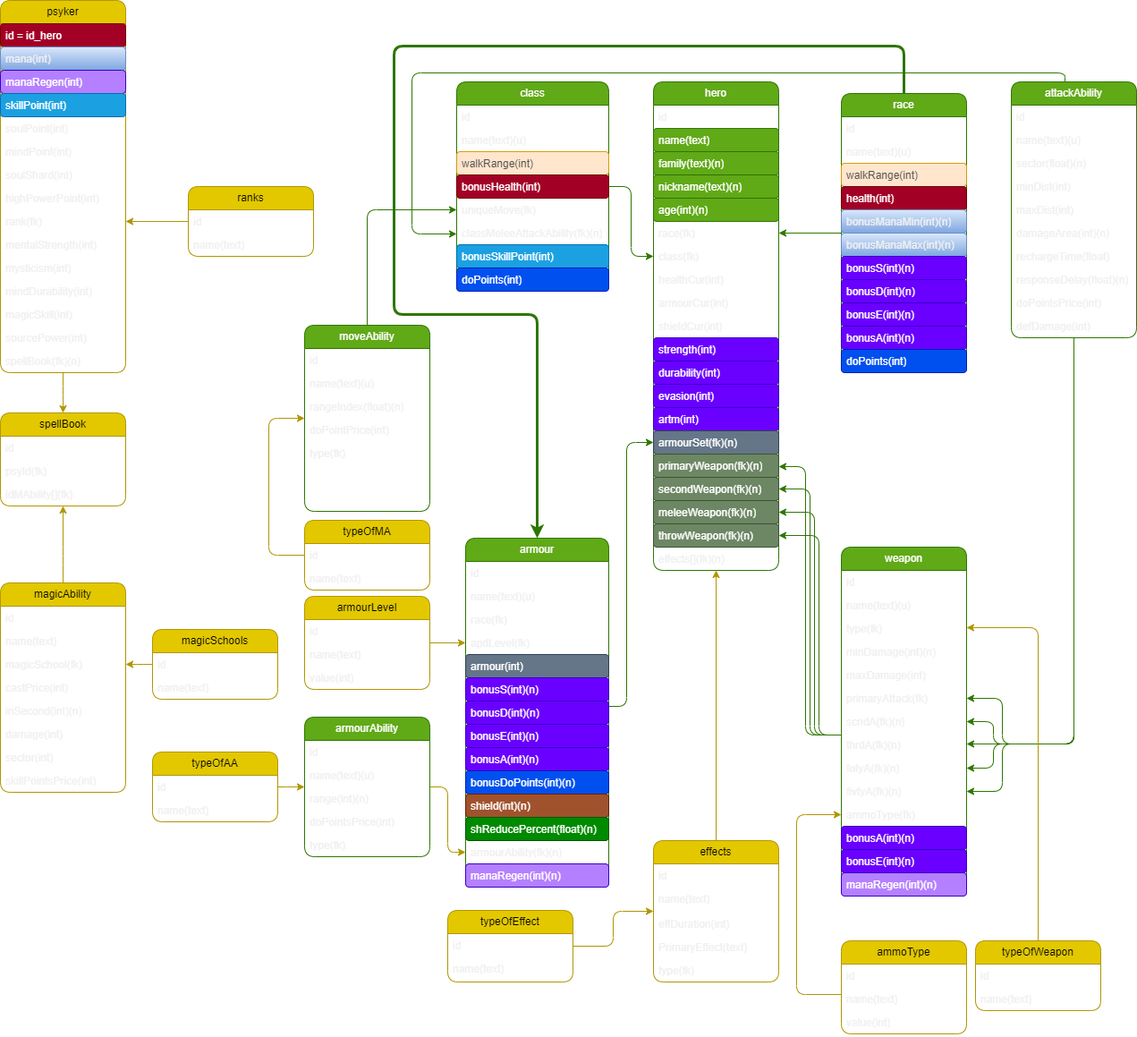
The draw.io diagram Taeron's_Table_Top_RolePlay_Warhammer_40,000_Game_Library_cuted.drawio.png in Taeron-Te/WahaGIT, before a commit. Source tidied: cells renumbered, new cells last; positions are measured from the earlier drawing's top-left corner, leaving out a move shared by most shapes.
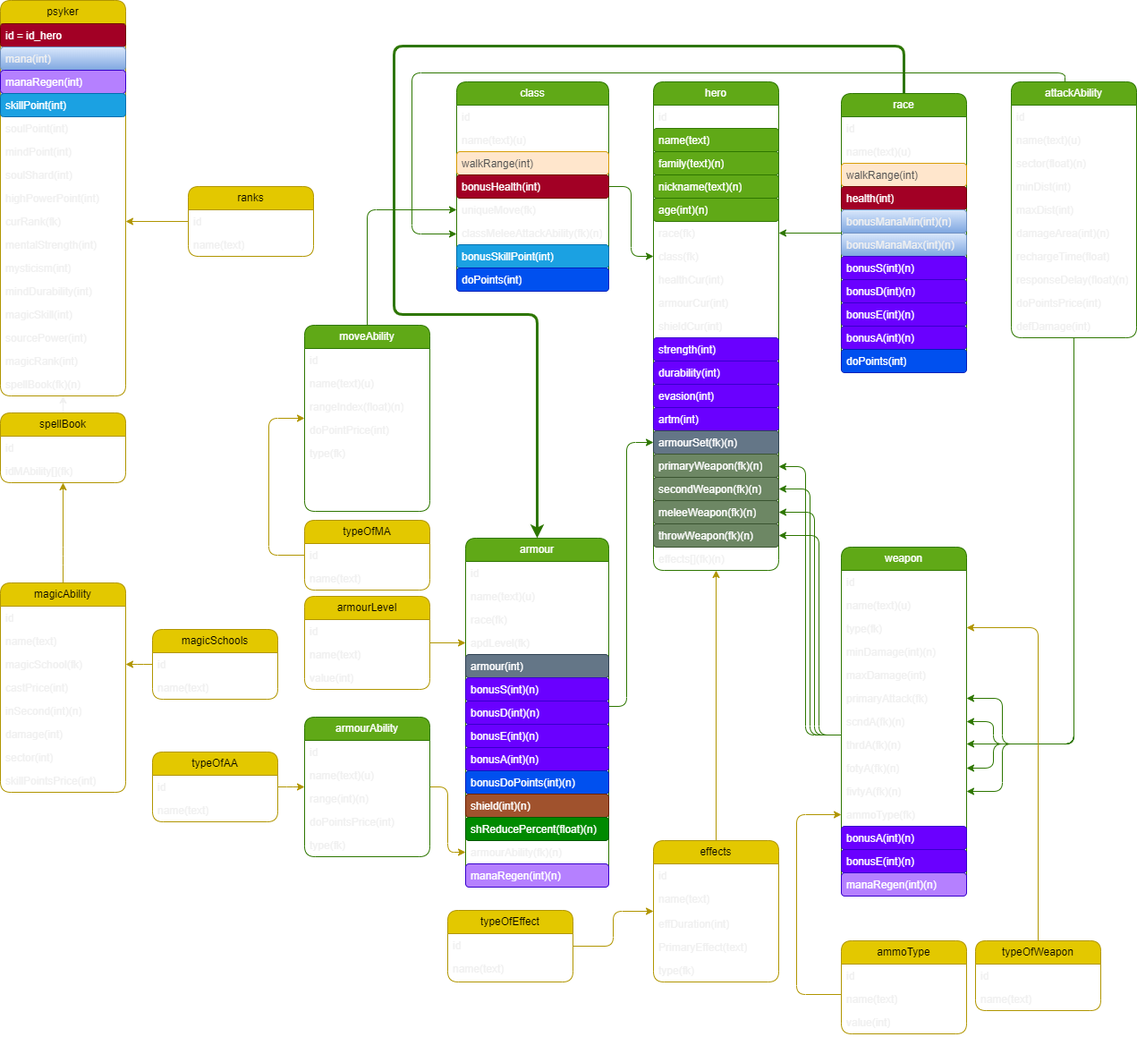
The same file after the commit.

Commit message:
Psyker and spellBook

What changed in the source:
```diff
@@ -66,7 +66,7 @@
       <mxGeometry y="520" width="140" height="26" as="geometry" />
     </mxCell>
     <mxCell id="23" value="psyker" style="swimlane;fontStyle=0;horizontal=1;startSize=26;fillColor=#e3c800;whiteSpace=wrap;html=1;fontColor=#000000;strokeColor=#B09500;rounded=1;" parent="1" vertex="1">
-      <mxGeometry width="140" height="416" as="geometry" />
+      <mxGeometry width="140" height="442" as="geometry" />
     </mxCell>
     <mxCell id="24" value="id = id_hero&lt;br&gt;" style="text;strokeColor=#6F0000;fillColor=#a20025;align=left;verticalAlign=top;spacingLeft=4;spacingRight=4;overflow=hidden;whiteSpace=wrap;html=1;fontColor=#ffffff;rounded=1;" parent="23" vertex="1">
       <mxGeometry y="26" width="140" height="26" as="geometry" />
@@ -92,7 +92,7 @@
     <mxCell id="31" value="highPowerPoint(int)" style="text;strokeColor=none;fillColor=none;align=left;verticalAlign=top;spacingLeft=4;spacingRight=4;overflow=hidden;whiteSpace=wrap;html=1;rounded=1;" parent="23" vertex="1">
       <mxGeometry y="208" width="140" height="26" as="geometry" />
     </mxCell>
-    <mxCell id="32" value="rank(fk)" style="text;strokeColor=none;fillColor=none;align=left;verticalAlign=top;spacingLeft=4;spacingRight=4;overflow=hidden;points=[[0,0.5],[1,0.5]];portConstraint=eastwest;whiteSpace=wrap;html=1;rounded=1;" parent="23" vertex="1">
+    <mxCell id="32" value="curRank(fk)" style="text;strokeColor=none;fillColor=none;align=left;verticalAlign=top;spacingLeft=4;spacingRight=4;overflow=hidden;points=[[0,0.5],[1,0.5]];portConstraint=eastwest;whiteSpace=wrap;html=1;rounded=1;" parent="23" vertex="1">
       <mxGeometry y="234" width="140" height="26" as="geometry" />
     </mxCell>
     <mxCell id="33" value="mentalStrength(int)" style="text;strokeColor=none;fillColor=none;align=left;verticalAlign=top;spacingLeft=4;spacingRight=4;overflow=hidden;whiteSpace=wrap;html=1;rounded=1;" parent="23" vertex="1">
@@ -110,8 +110,11 @@
     <mxCell id="37" value="sourcePower(int)" style="text;strokeColor=none;fillColor=none;align=left;verticalAlign=top;spacingLeft=4;spacingRight=4;overflow=hidden;whiteSpace=wrap;html=1;rounded=1;" parent="23" vertex="1">
       <mxGeometry y="364" width="140" height="26" as="geometry" />
     </mxCell>
+    <mxCell id="187" value="magicRank(int)" style="text;strokeColor=none;fillColor=none;align=left;verticalAlign=top;spacingLeft=4;spacingRight=4;overflow=hidden;whiteSpace=wrap;html=1;rounded=1;" parent="23" vertex="1">
+      <mxGeometry y="390" width="140" height="26" as="geometry" />
+    </mxCell>
     <mxCell id="38" value="spellBook(fk)(n)" style="text;align=left;verticalAlign=top;spacingLeft=4;spacingRight=4;overflow=hidden;points=[[0,0.5],[1,0.5]];portConstraint=eastwest;whiteSpace=wrap;html=1;rounded=1;" parent="23" vertex="1">
-      <mxGeometry y="390" width="140" height="26" as="geometry" />
+      <mxGeometry y="416" width="140" height="26" as="geometry" />
     </mxCell>
     <mxCell id="39" style="edgeStyle=orthogonalEdgeStyle;rounded=1;jettySize=auto;html=1;fillColor=#60a917;strokeColor=#2D7600;" parent="1" edge="1" source="40" target="8">
       <mxGeometry relative="1" as="geometry" />
@@ -525,26 +528,23 @@
         </Array>
       </mxGeometry>
     </mxCell>
+    <mxCell id="188" style="edgeStyle=orthogonalEdgeStyle;rounded=0;jettySize=auto;html=1;" parent="1" edge="1" source="151" target="38">
+      <mxGeometry relative="1" as="geometry">
+        <Array as="points">
+          <mxPoint x="70" y="421" />
+          <mxPoint x="70" y="421" />
+        </Array>
+      </mxGeometry>
+    </mxCell>
     <mxCell id="151" value="spellBook" style="swimlane;fontStyle=0;horizontal=1;startSize=26;fillColor=#e3c800;whiteSpace=wrap;html=1;fontColor=#000000;strokeColor=#B09500;rounded=1;" parent="1" vertex="1">
-      <mxGeometry y="461" width="140" height="104" as="geometry" />
+      <mxGeometry y="461" width="140" height="78" as="geometry" />
     </mxCell>
     <mxCell id="152" value="id" style="text;strokeColor=none;fillColor=none;align=left;verticalAlign=top;spacingLeft=4;spacingRight=4;overflow=hidden;whiteSpace=wrap;html=1;rounded=1;" parent="151" vertex="1">
       <mxGeometry y="26" width="140" height="26" as="geometry" />
     </mxCell>
-    <mxCell id="153" value="psyId(fk)" style="text;strokeColor=none;fillColor=none;align=left;verticalAlign=top;spacingLeft=4;spacingRight=4;overflow=hidden;whiteSpace=wrap;html=1;rounded=1;" parent="151" vertex="1">
-      <mxGeometry y="52" width="140" height="26" as="geometry" />
-    </mxCell>
     <mxCell id="154" value="idMAbility[](fk)" style="text;strokeColor=none;fillColor=none;align=left;verticalAlign=top;spacingLeft=4;spacingRight=4;overflow=hidden;points=[[0,0.5],[1,0.5]];portConstraint=eastwest;whiteSpace=wrap;html=1;rounded=1;" parent="151" vertex="1">
-      <mxGeometry y="78" width="140" height="26" as="geometry" />
+      <mxGeometry y="52" width="140" height="26" as="geometry" />
     </mxCell>
-    <mxCell id="155" style="edgeStyle=orthogonalEdgeStyle;rounded=1;jettySize=auto;html=1;fillColor=#e3c800;strokeColor=#B09500;" parent="1" edge="1" source="38" target="151">
-      <mxGeometry relative="1" as="geometry">
-        <Array as="points">
-          <mxPoint x="70" y="431" />
-          <mxPoint x="70" y="431" />
-        </Array>
-      </mxGeometry>
-    </mxCell>
     <mxCell id="156" style="edgeStyle=orthogonalEdgeStyle;rounded=1;jettySize=auto;html=1;fillColor=#e3c800;strokeColor=#B09500;" parent="1" edge="1" source="157" target="22">
       <mxGeometry relative="1" as="geometry">
         <Array as="points">
```
